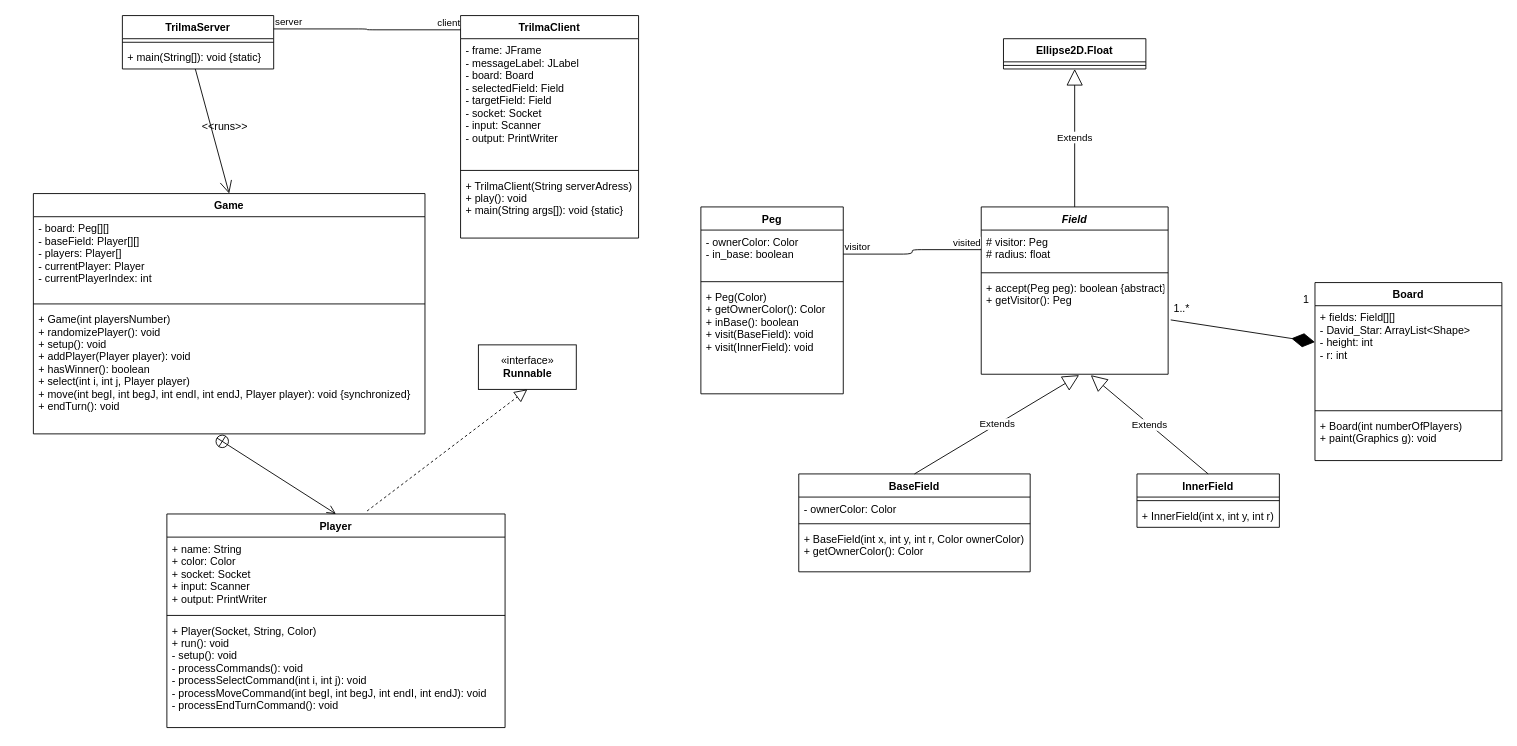
The draw.io diagram class_diagram.drawio in Chelkos/TP_L4-chinese-checkers, before the edit. Source tidied: cells renumbered, new cells numbered last; positions are measured from the earlier drawing's top-left corner, leaving out a move shared by most shapes. Both pictures are drawn from the tidied source at 89%, with x=0, y=0 at pixel (33, 15).
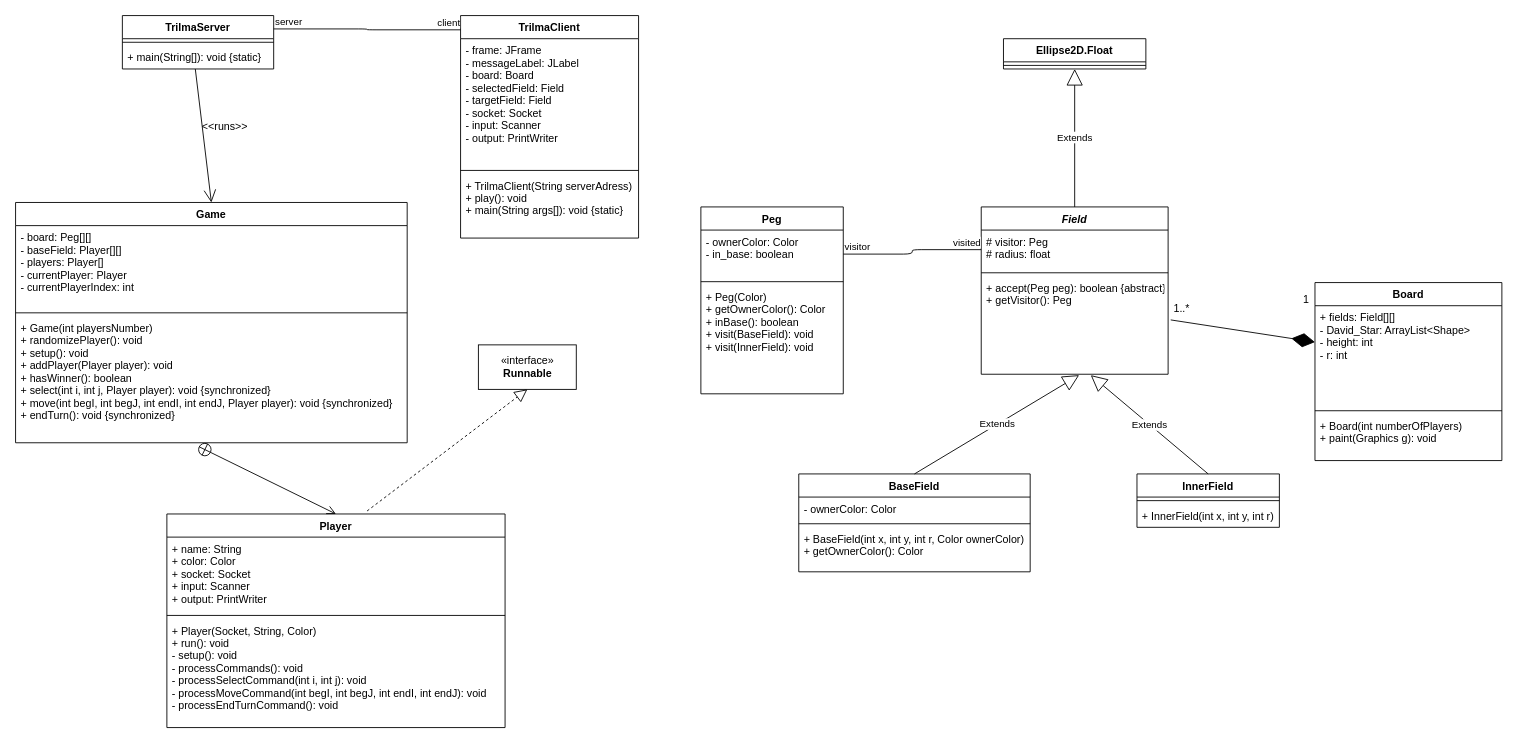
The same page after the edit.

Change to the diagram source:
```diff
@@
     <mxCell id="36" value="Game" style="swimlane;fontStyle=1;align=center;verticalAlign=top;horizontal=1;startSize=26;" parent="1" vertex="1">
-      <mxGeometry y="200" width="440" height="270" as="geometry" />
+      <mxGeometry x="-20" y="210" width="440" height="270" as="geometry" />
     </mxCell>
@@
-    <mxCell id="39" value="+ Game(int playersNumber)&#10;+ randomizePlayer(): void&#10;+ setup(): void&#10;+ addPlayer(Player player): void&#10;+ hasWinner(): boolean&#10;+ select(int i, int j, Player player)&#10;+ move(int begI, int begJ, int endI, int endJ, Player player): void {synchronized}&#10;+ endTurn(): void" style="text;strokeColor=none;fillColor=none;align=left;verticalAlign=top;spacingLeft=4;spacingRight=4;overflow=hidden;points=[[0,0.5],[1,0.5]];portConstraint=eastwest;" parent="36" vertex="1">
+    <mxCell id="39" value="+ Game(int playersNumber)&#10;+ randomizePlayer(): void&#10;+ setup(): void&#10;+ addPlayer(Player player): void&#10;+ hasWinner(): boolean&#10;+ select(int i, int j, Player player): void {synchronized}&#10;+ move(int begI, int begJ, int endI, int endJ, Player player): void {synchronized}&#10;+ endTurn(): void {synchronized}" style="text;strokeColor=none;fillColor=none;align=left;verticalAlign=top;spacingLeft=4;spacingRight=4;overflow=hidden;points=[[0,0.5],[1,0.5]];portConstraint=eastwest;" parent="36" vertex="1">
       <mxGeometry y="128" width="440" height="142" as="geometry" />
     </mxCell>
```
